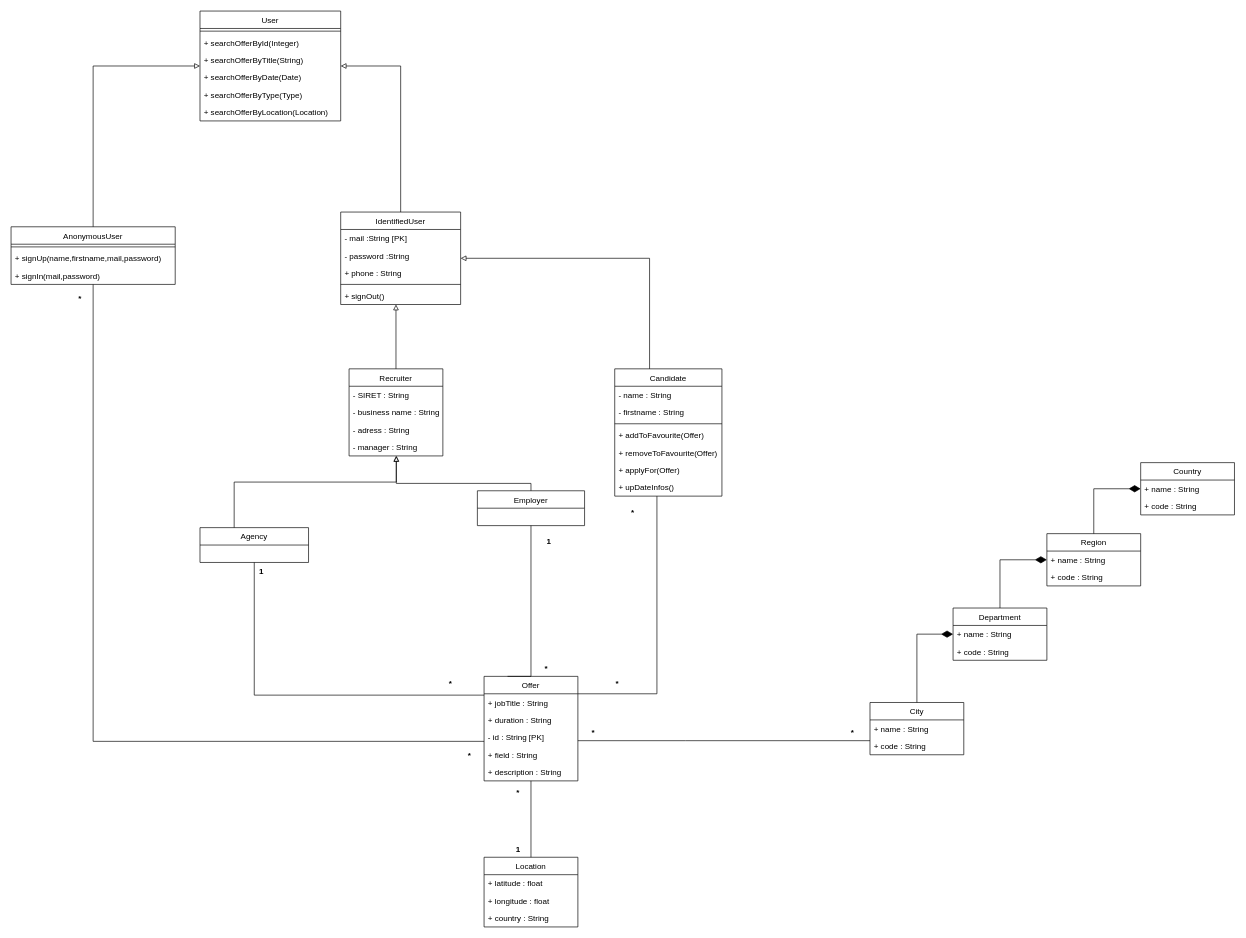
The draw.io diagram UML.drawio in Papittson/JobRetriever, before the edit. Source tidied: cells renumbered, new cells numbered last; positions are measured from the earlier drawing's top-left corner, leaving out a move shared by most shapes. Both pictures are drawn from the tidied source at 67%, with x=0, y=0 at pixel (11, 11).
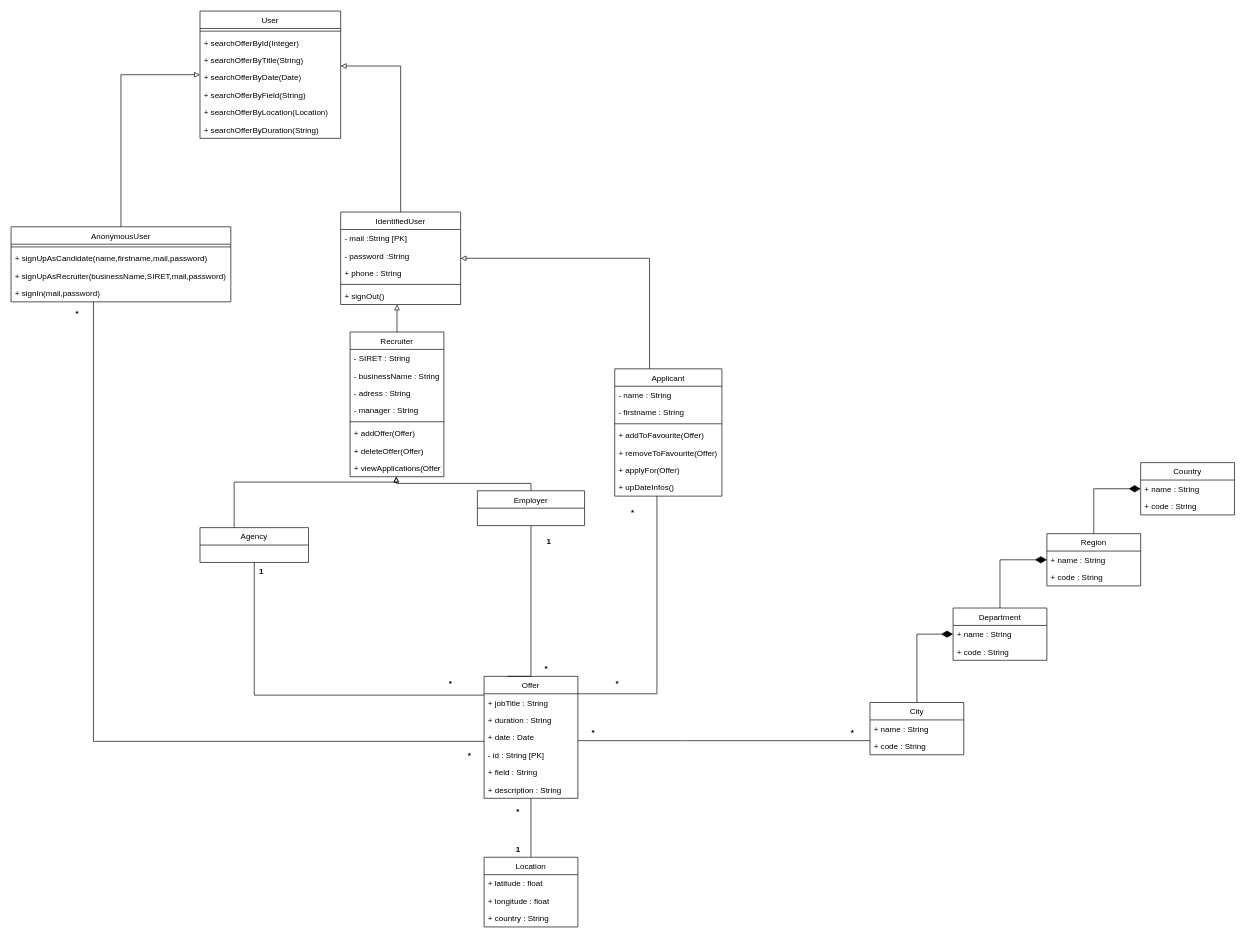
The same page after the edit.

Diff of the diagram source:
```diff
@@
     <mxCell id="3" value="Offer" style="swimlane;fontStyle=0;horizontal=1;startSize=26;fillColor=none;" parent="1" vertex="1">
-      <mxGeometry x="706" y="993" width="140" height="156" as="geometry" />
+      <mxGeometry x="706" y="993" width="140" height="182" as="geometry" />
     </mxCell>
@@
+    <mxCell id="83" value="+ date : Date" style="text;strokeColor=none;fillColor=none;align=left;verticalAlign=top;spacingLeft=4;spacingRight=4;overflow=hidden;" parent="3" vertex="1">
+      <mxGeometry y="78" width="140" height="26" as="geometry" />
+    </mxCell>
     <mxCell id="6" value="- id : String [PK]" style="text;strokeColor=none;fillColor=none;align=left;verticalAlign=top;spacingLeft=4;spacingRight=4;overflow=hidden;" parent="3" vertex="1">
-      <mxGeometry y="78" width="140" height="26" as="geometry" />
+      <mxGeometry y="104" width="140" height="26" as="geometry" />
     </mxCell>
     <mxCell id="7" value="+ field : String" style="text;strokeColor=none;fillColor=none;align=left;verticalAlign=top;spacingLeft=4;spacingRight=4;overflow=hidden;" parent="3" vertex="1">
-      <mxGeometry y="104" width="140" height="26" as="geometry" />
+      <mxGeometry y="130" width="140" height="26" as="geometry" />
     </mxCell>
     <mxCell id="8" value="+ description : String" style="text;strokeColor=none;fillColor=none;align=left;verticalAlign=top;spacingLeft=4;spacingRight=4;overflow=hidden;" parent="3" vertex="1">
-      <mxGeometry y="130" width="140" height="26" as="geometry" />
+      <mxGeometry y="156" width="140" height="26" as="geometry" />
     </mxCell>
@@
     <mxCell id="32" value="AnonymousUser" style="swimlane;fontStyle=0;horizontal=1;startSize=26;fillColor=none;" parent="1" vertex="1">
-      <mxGeometry y="322" width="245" height="86" as="geometry" />
+      <mxGeometry y="322" width="328" height="112" as="geometry" />
     </mxCell>
     <mxCell id="33" style="line;strokeWidth=1;fillColor=none;align=left;verticalAlign=middle;spacingTop=-1;spacingLeft=3;spacingRight=3;labelPosition=right;strokeColor=inherit;" parent="32" vertex="1">
-      <mxGeometry y="26" width="245" height="8" as="geometry" />
+      <mxGeometry y="26" width="328" height="8" as="geometry" />
     </mxCell>
-    <mxCell id="34" value="+ signUp(name,firstname,mail,password)" style="text;strokeColor=none;fillColor=none;align=left;verticalAlign=top;spacingLeft=4;spacingRight=4;overflow=hidden;" parent="32" vertex="1">
-      <mxGeometry y="34" width="245" height="26" as="geometry" />
+    <mxCell id="34" value="+ signUpAsCandidate(name,firstname,mail,password)" style="text;strokeColor=none;fillColor=none;align=left;verticalAlign=top;spacingLeft=4;spacingRight=4;overflow=hidden;" parent="32" vertex="1">
+      <mxGeometry y="34" width="328" height="26" as="geometry" />
     </mxCell>
+    <mxCell id="84" value="+ signUpAsRecruiter(businessName,SIRET,mail,password)" style="text;strokeColor=none;fillColor=none;align=left;verticalAlign=top;spacingLeft=4;spacingRight=4;overflow=hidden;" parent="32" vertex="1">
+      <mxGeometry y="60" width="328" height="26" as="geometry" />
+    </mxCell>
     <mxCell id="35" value="+ signIn(mail,password)" style="text;strokeColor=none;fillColor=none;align=left;verticalAlign=top;spacingLeft=4;spacingRight=4;overflow=hidden;" parent="32" vertex="1">
-      <mxGeometry y="60" width="245" height="26" as="geometry" />
+      <mxGeometry y="86" width="328" height="26" as="geometry" />
     </mxCell>
@@
-    <mxCell id="45" value="Candidate" style="swimlane;fontStyle=0;horizontal=1;startSize=26;fillColor=none;" parent="1" vertex="1">
+    <mxCell id="45" value="Applicant" style="swimlane;fontStyle=0;horizontal=1;startSize=26;fillColor=none;" parent="1" vertex="1">
       <mxGeometry x="901" y="534" width="160" height="190" as="geometry" />
     </mxCell>
@@
     <mxCell id="53" value="User" style="swimlane;fontStyle=0;horizontal=1;startSize=26;fillColor=none;" parent="1" vertex="1">
-      <mxGeometry x="282" width="210" height="164" as="geometry" />
+      <mxGeometry x="282" width="210" height="190" as="geometry" />
     </mxCell>
@@
-    <mxCell id="58" value="+ searchOfferByType(Type)" style="text;strokeColor=none;fillColor=none;align=left;verticalAlign=top;spacingLeft=4;spacingRight=4;overflow=hidden;" parent="53" vertex="1">
+    <mxCell id="58" value="+ searchOfferByField(String)" style="text;strokeColor=none;fillColor=none;align=left;verticalAlign=top;spacingLeft=4;spacingRight=4;overflow=hidden;" parent="53" vertex="1">
       <mxGeometry y="112" width="210" height="26" as="geometry" />
     </mxCell>
@@
+    <mxCell id="85" value="+ searchOfferByDuration(String)" style="text;strokeColor=none;fillColor=none;align=left;verticalAlign=top;spacingLeft=4;spacingRight=4;overflow=hidden;" parent="53" vertex="1">
+      <mxGeometry y="164" width="210" height="26" as="geometry" />
+    </mxCell>
@@
     <mxCell id="61" value="*" style="text;align=center;fontStyle=1;verticalAlign=middle;spacingLeft=3;spacingRight=3;strokeColor=none;" parent="1" vertex="1">
-      <mxGeometry x="63" y="415" width="80" height="26" as="geometry" />
+      <mxGeometry x="59" y="438" width="80" height="26" as="geometry" />
     </mxCell>
@@
     <mxCell id="69" value="Recruiter" style="swimlane;fontStyle=0;horizontal=1;startSize=26;fillColor=none;" parent="1" vertex="1">
-      <mxGeometry x="504.5" y="534" width="140" height="130" as="geometry" />
+      <mxGeometry x="506" y="479" width="140" height="216" as="geometry" />
     </mxCell>
@@
-    <mxCell id="71" value="- business name : String" style="text;strokeColor=none;fillColor=none;align=left;verticalAlign=top;spacingLeft=4;spacingRight=4;overflow=hidden;" parent="69" vertex="1">
+    <mxCell id="71" value="- businessName : String" style="text;strokeColor=none;fillColor=none;align=left;verticalAlign=top;spacingLeft=4;spacingRight=4;overflow=hidden;" parent="69" vertex="1">
       <mxGeometry y="52" width="140" height="26" as="geometry" />
     </mxCell>
@@
+    <mxCell id="86" style="line;strokeWidth=1;fillColor=none;align=left;verticalAlign=middle;spacingTop=-1;spacingLeft=3;spacingRight=3;labelPosition=right;strokeColor=inherit;" parent="69" vertex="1">
+      <mxGeometry y="130" width="140" height="8" as="geometry" />
+    </mxCell>
+    <mxCell id="87" value="+ addOffer(Offer)" style="text;strokeColor=none;fillColor=none;align=left;verticalAlign=top;spacingLeft=4;spacingRight=4;overflow=hidden;" parent="69" vertex="1">
+      <mxGeometry y="138" width="140" height="26" as="geometry" />
+    </mxCell>
+    <mxCell id="88" value="+ deleteOffer(Offer)" style="text;strokeColor=none;fillColor=none;align=left;verticalAlign=top;spacingLeft=4;spacingRight=4;overflow=hidden;" parent="69" vertex="1">
+      <mxGeometry y="164" width="140" height="26" as="geometry" />
+    </mxCell>
+    <mxCell id="89" value="+ viewApplications(Offer)" style="text;strokeColor=none;fillColor=none;align=left;verticalAlign=top;spacingLeft=4;spacingRight=4;overflow=hidden;" parent="69" vertex="1">
+      <mxGeometry y="190" width="140" height="26" as="geometry" />
+    </mxCell>
@@
     <mxCell id="81" value="*" style="text;align=center;fontStyle=1;verticalAlign=middle;spacingLeft=3;spacingRight=3;strokeColor=none;" parent="1" vertex="1">
-      <mxGeometry x="717" y="1152" width="80" height="26" as="geometry" />
+      <mxGeometry x="717" y="1181" width="80" height="26" as="geometry" />
     </mxCell>
```
